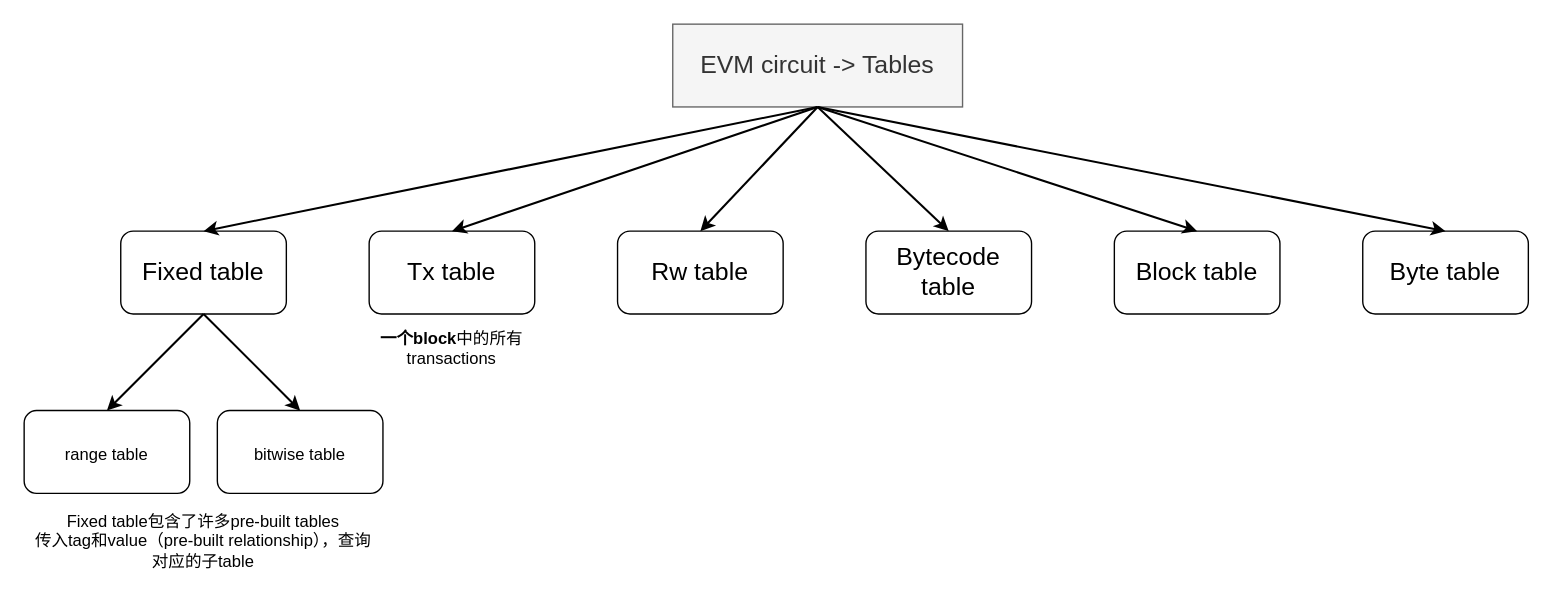
Earlier version of the draw.io diagram zkevm/(code) EVM circuit.drawio (0xyicheng/a-research-diagram). Source tidied: cells renumbered, new cells numbered last; positions are measured from the earlier drawing's top-left corner, leaving out a move shared by most shapes. Both pictures are drawn from the tidied source at 138%, with x=0, y=0 at pixel (23, 23).
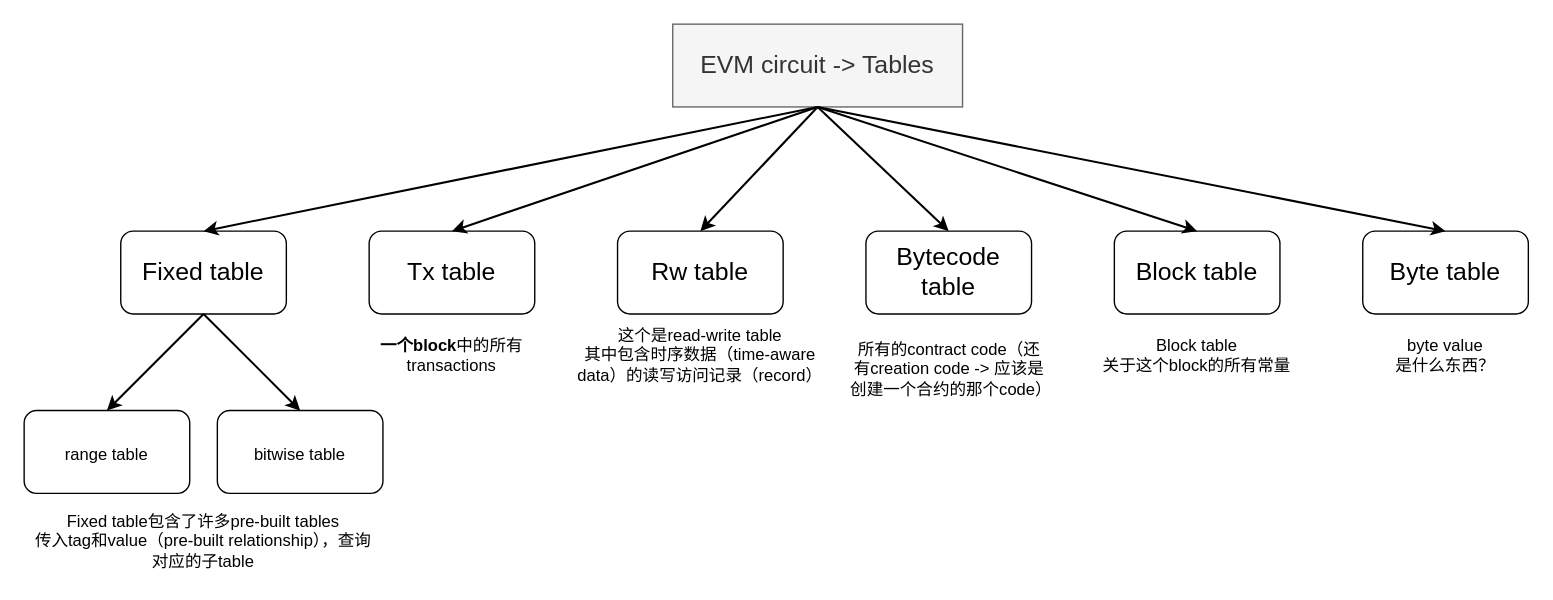
Above is the later version.

What changed in the source:
```diff
@@
     <mxCell id="20" value="&lt;b&gt;一个block&lt;/b&gt;中的所有transactions" style="text;html=1;strokeColor=none;fillColor=none;align=center;verticalAlign=middle;whiteSpace=wrap;rounded=0;fontSize=12;" parent="1" vertex="1">
-      <mxGeometry x="255" y="220" width="110" height="30" as="geometry" />
+      <mxGeometry x="255" y="225" width="110" height="30" as="geometry" />
     </mxCell>
+    <mxCell id="21" value="这个是read-write table&lt;br&gt;其中包含时序数据（time-aware data）的读写访问记录（record）" style="text;html=1;strokeColor=none;fillColor=none;align=center;verticalAlign=middle;whiteSpace=wrap;rounded=0;fontSize=12;" parent="1" vertex="1">
+      <mxGeometry x="390" y="220" width="200" height="40" as="geometry" />
+    </mxCell>
+    <mxCell id="22" value="所有的contract code（还有creation code -&amp;gt; 应该是创建一个合约的那个code）" style="text;html=1;strokeColor=none;fillColor=none;align=center;verticalAlign=middle;whiteSpace=wrap;rounded=0;fontSize=12;" parent="1" vertex="1">
+      <mxGeometry x="597.5" y="220" width="145" height="60" as="geometry" />
+    </mxCell>
+    <mxCell id="23" value="Block table&lt;br&gt;关于这个block的所有常量" style="text;html=1;strokeColor=none;fillColor=none;align=center;verticalAlign=middle;whiteSpace=wrap;rounded=0;fontSize=12;" parent="1" vertex="1">
+      <mxGeometry x="780" y="220" width="140" height="40" as="geometry" />
+    </mxCell>
+    <mxCell id="24" value="byte value&lt;br&gt;是什么东西？" style="text;html=1;strokeColor=none;fillColor=none;align=center;verticalAlign=middle;whiteSpace=wrap;rounded=0;fontSize=12;" parent="1" vertex="1">
+      <mxGeometry x="980" y="225" width="100" height="30" as="geometry" />
+    </mxCell>
```
